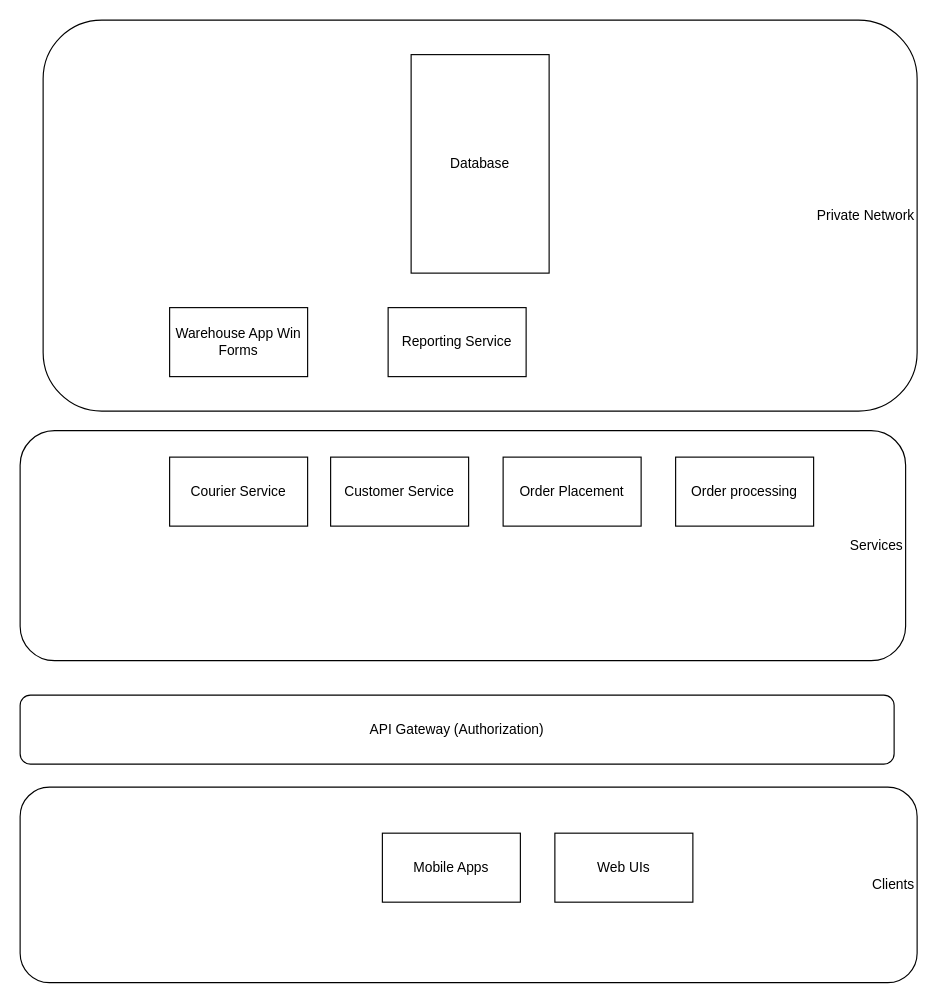
bakhodir1986/Architectural-Styles-and-Patterns keeps this draw.io diagram as Diagrams/Mixed Architecture.drawio. Above is the earlier version. Source tidied: cells renumbered, new cells numbered last; positions are measured from the earlier drawing's top-left corner, leaving out a move shared by most shapes. Both pictures are drawn from the tidied source at 115%, with x=0, y=0 at pixel (20, 20).
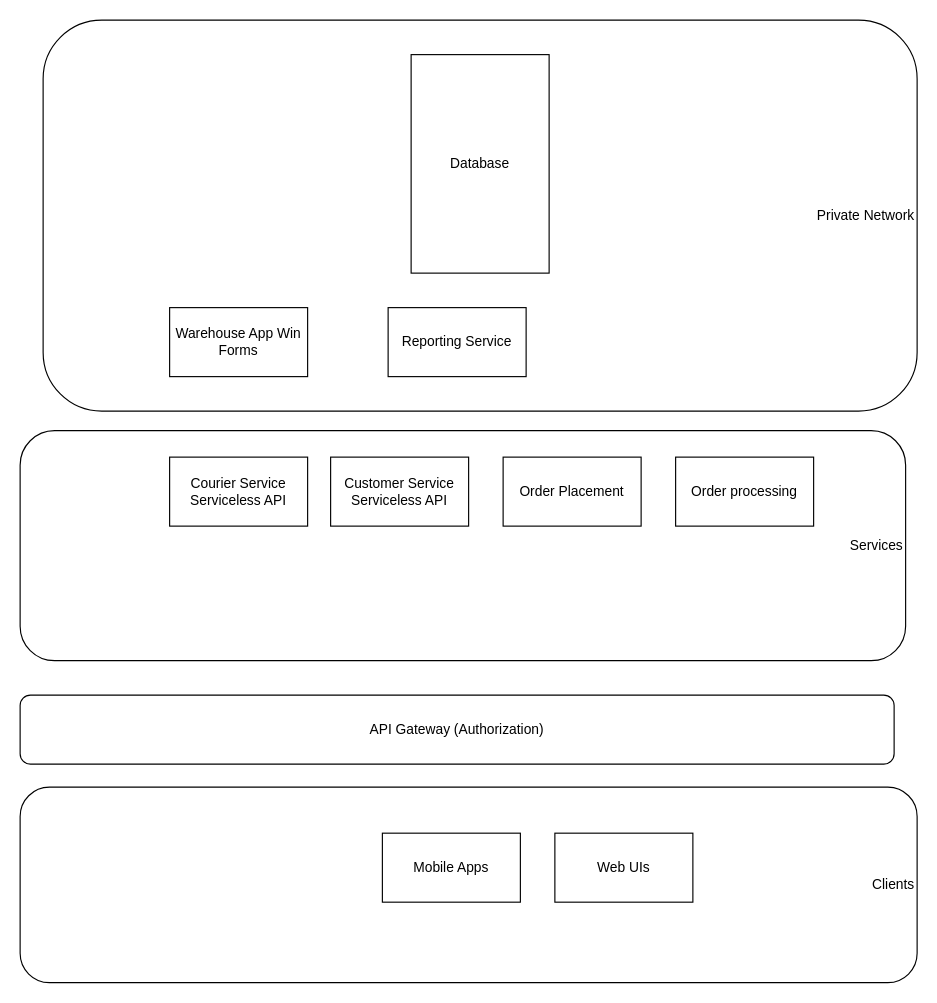
After the change.

What changed in the source:
```diff
@@
 <mxGraphModel>
   <root>
     <mxCell id="0" />
     <mxCell id="1" parent="0" />
     <mxCell id="2" value="Database" style="rounded=0;whiteSpace=wrap;html=1;" parent="1" vertex="1">
       <mxGeometry x="340" y="30" width="120" height="190" as="geometry" />
     </mxCell>
     <mxCell id="3" value="Warehouse App Win Forms" style="rounded=0;whiteSpace=wrap;html=1;" parent="1" vertex="1">
       <mxGeometry x="130" y="250" width="120" height="60" as="geometry" />
     </mxCell>
     <mxCell id="4" value="Reporting Service" style="rounded=0;whiteSpace=wrap;html=1;" parent="1" vertex="1">
       <mxGeometry x="320" y="250" width="120" height="60" as="geometry" />
     </mxCell>
     <mxCell id="5" value="Private Network" style="rounded=1;whiteSpace=wrap;html=1;fillColor=none;align=right;" parent="1" vertex="1">
       <mxGeometry x="20" width="760" height="340" as="geometry" />
     </mxCell>
     <mxCell id="6" value="Services" style="rounded=1;whiteSpace=wrap;html=1;fillColor=none;align=right;" parent="1" vertex="1">
       <mxGeometry y="357" width="770" height="200" as="geometry" />
     </mxCell>
     <mxCell id="7" value="Clients" style="rounded=1;whiteSpace=wrap;html=1;fillColor=none;align=right;" parent="1" vertex="1">
       <mxGeometry y="667" width="780" height="170" as="geometry" />
     </mxCell>
     <mxCell id="8" value="Mobile Apps" style="rounded=0;whiteSpace=wrap;html=1;" parent="1" vertex="1">
       <mxGeometry x="315" y="707" width="120" height="60" as="geometry" />
     </mxCell>
     <mxCell id="9" value="Web UIs" style="rounded=0;whiteSpace=wrap;html=1;" parent="1" vertex="1">
       <mxGeometry x="465" y="707" width="120" height="60" as="geometry" />
     </mxCell>
     <mxCell id="10" value="API Gateway (Authorization)" style="rounded=1;whiteSpace=wrap;html=1;" parent="1" vertex="1">
       <mxGeometry y="587" width="760" height="60" as="geometry" />
     </mxCell>
-    <mxCell id="11" value="Courier Service" style="rounded=0;whiteSpace=wrap;html=1;fillColor=default;" parent="1" vertex="1">
+    <mxCell id="11" value="Courier Service Serviceless API" style="rounded=0;whiteSpace=wrap;html=1;fillColor=default;" parent="1" vertex="1">
       <mxGeometry x="130" y="380" width="120" height="60" as="geometry" />
     </mxCell>
-    <mxCell id="12" value="Customer Service" style="rounded=0;whiteSpace=wrap;html=1;fillColor=default;" parent="1" vertex="1">
+    <mxCell id="12" value="Customer Service Serviceless API" style="rounded=0;whiteSpace=wrap;html=1;fillColor=default;" parent="1" vertex="1">
       <mxGeometry x="270" y="380" width="120" height="60" as="geometry" />
     </mxCell>
     <mxCell id="13" value="Order Placement" style="rounded=0;whiteSpace=wrap;html=1;fillColor=default;" parent="1" vertex="1">
       <mxGeometry x="420" y="380" width="120" height="60" as="geometry" />
     </mxCell>
     <mxCell id="14" value="Order processing" style="rounded=0;whiteSpace=wrap;html=1;fillColor=default;" parent="1" vertex="1">
       <mxGeometry x="570" y="380" width="120" height="60" as="geometry" />
     </mxCell>
   </root>
 </mxGraphModel>
```
